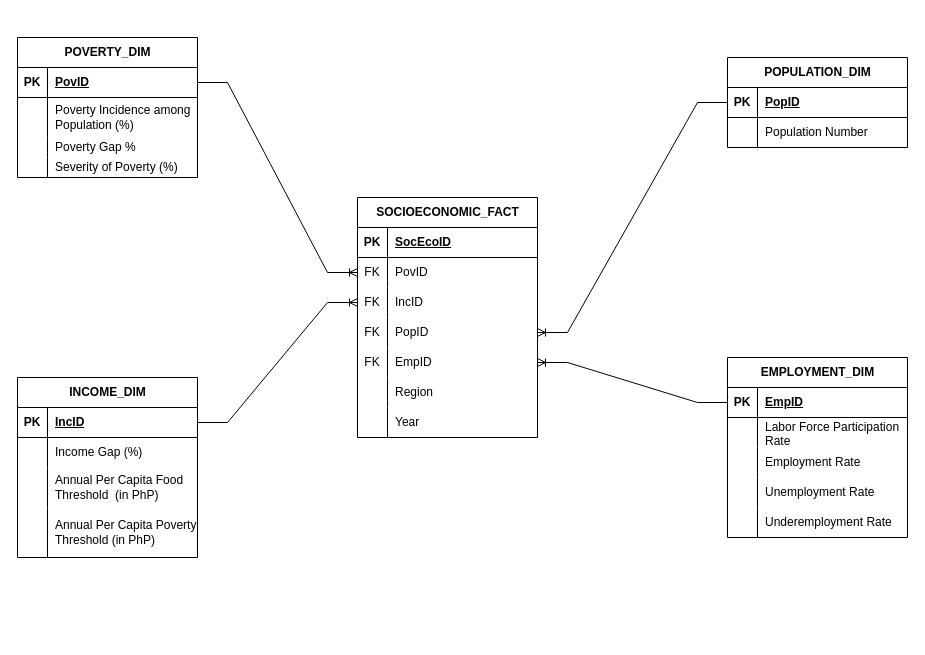
Above: page "DIM&FACT" (4 of 4) of DECapstone diagrams.drawio in vinsanity2022/SPARTACapstone (draw.io), before the change. Source tidied: cells renumbered, new cells numbered last; positions are measured from the earlier drawing's top-left corner, leaving out a move shared by most shapes. Both pictures are drawn from the tidied source at 100%, with x=0, y=0 at pixel (17, 37).
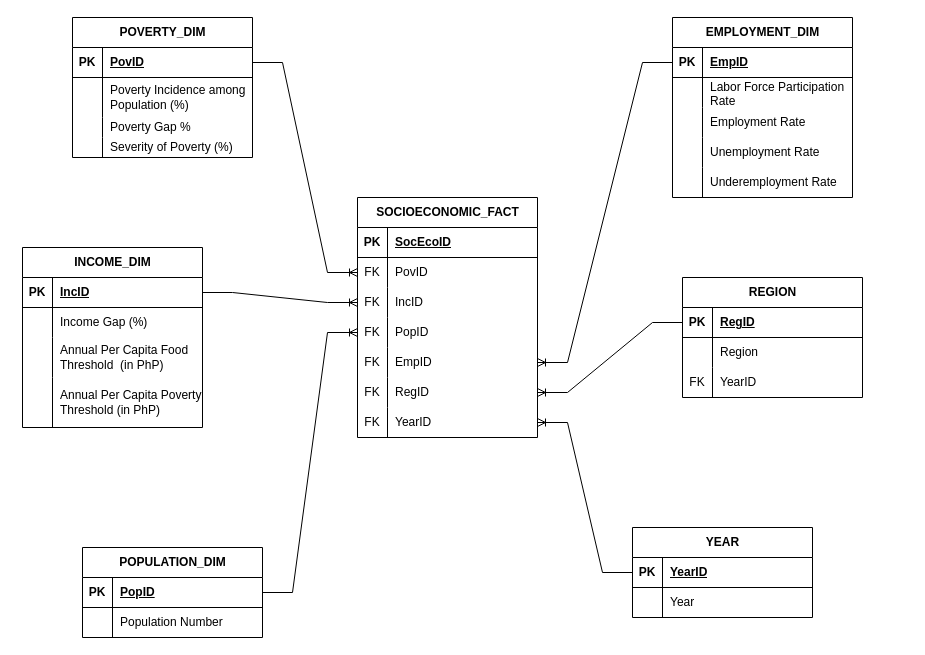
After the change.

The change refers to these unchanged cells:
```xml
<mxCell id="45" style="shape=tableRow;horizontal=0;startSize=0;swimlaneHead=0;swimlaneBody=0;fillColor=none;points=[[0,0.5],[1,0.5]];portConstraint=eastwest;top=0;left=0;right=0;bottom=1;" parent="44" vertex="1">
  <mxGeometry y="30" width="180" height="30" as="geometry" />
</mxCell>
<mxCell id="61" style="shape=tableRow;horizontal=0;startSize=0;swimlaneHead=0;swimlaneBody=0;fillColor=none;points=[[0,0.5],[1,0.5]];portConstraint=eastwest;top=0;left=0;right=0;bottom=0;" parent="51" vertex="1">
  <mxGeometry y="120" width="180" height="30" as="geometry" />
</mxCell>
<mxCell id="67" style="shape=tableRow;horizontal=0;startSize=0;swimlaneHead=0;swimlaneBody=0;fillColor=none;points=[[0,0.5],[1,0.5]];portConstraint=eastwest;top=0;left=0;right=0;bottom=0;" parent="51" vertex="1">
  <mxGeometry y="180" width="180" height="30" as="geometry" />
</mxCell>
<mxCell id="70" style="shape=tableRow;horizontal=0;startSize=0;swimlaneHead=0;swimlaneBody=0;fillColor=none;points=[[0,0.5],[1,0.5]];portConstraint=eastwest;top=0;left=0;right=0;bottom=0;" parent="51" vertex="1">
  <mxGeometry y="210" width="180" height="30" as="geometry" />
</mxCell>
```

What changed in the source:
```diff
@@
     <mxCell id="2" value="POVERTY_DIM" style="shape=table;startSize=30;childLayout=tableLayout;rowLines=0;fontStyle=1;align=center;html=1;" parent="1" vertex="1">
-      <mxGeometry width="180" height="140" as="geometry" />
+      <mxGeometry x="55" y="-20" width="180" height="140" as="geometry" />
     </mxCell>
@@
     <mxCell id="15" value="INCOME_DIM" style="shape=table;startSize=30;childLayout=tableLayout;rowLines=0;fontStyle=1;align=center;html=1;" parent="1" vertex="1">
-      <mxGeometry y="340" width="180" height="180" as="geometry" />
+      <mxGeometry x="5" y="210" width="180" height="180" as="geometry" />
     </mxCell>
@@
     <mxCell id="28" value="EMPLOYMENT_DIM" style="shape=table;startSize=30;childLayout=tableLayout;rowLines=0;fontStyle=1;align=center;html=1;" parent="1" vertex="1">
-      <mxGeometry x="710" y="320" width="180" height="180" as="geometry" />
+      <mxGeometry x="655" y="-20" width="180" height="180" as="geometry" />
     </mxCell>
@@
     <mxCell id="44" value="POPULATION_DIM" style="shape=table;startSize=30;childLayout=tableLayout;rowLines=0;fontStyle=1;align=center;html=1;" parent="1" vertex="1">
-      <mxGeometry x="710" y="20" width="180" height="90" as="geometry" />
+      <mxGeometry x="65" y="510" width="180" height="90" as="geometry" />
     </mxCell>
@@
-    <mxCell id="68" style="shape=partialRectangle;fillColor=none;top=0;left=0;bottom=0;right=0;overflow=hidden;whiteSpace=wrap;html=1;" parent="67" vertex="1">
+    <mxCell id="68" value="FK" style="shape=partialRectangle;fillColor=none;top=0;left=0;bottom=0;right=0;overflow=hidden;whiteSpace=wrap;html=1;" parent="67" vertex="1">
       <mxGeometry width="30" height="30" as="geometry" />
     </mxCell>
-    <mxCell id="69" value="Region" style="shape=partialRectangle;fillColor=none;top=0;left=0;bottom=0;right=0;align=left;spacingLeft=6;overflow=hidden;whiteSpace=wrap;html=1;" parent="67" vertex="1">
+    <mxCell id="69" value="RegID" style="shape=partialRectangle;fillColor=none;top=0;left=0;bottom=0;right=0;align=left;spacingLeft=6;overflow=hidden;whiteSpace=wrap;html=1;" parent="67" vertex="1">
       <mxGeometry x="30" width="150" height="30" as="geometry" />
     </mxCell>
@@
-    <mxCell id="71" style="shape=partialRectangle;fillColor=none;top=0;left=0;bottom=0;right=0;overflow=hidden;whiteSpace=wrap;html=1;" parent="70" vertex="1">
+    <mxCell id="71" value="FK" style="shape=partialRectangle;fillColor=none;top=0;left=0;bottom=0;right=0;overflow=hidden;whiteSpace=wrap;html=1;" parent="70" vertex="1">
       <mxGeometry width="30" height="30" as="geometry" />
     </mxCell>
-    <mxCell id="72" value="Year" style="shape=partialRectangle;fillColor=none;top=0;left=0;bottom=0;right=0;align=left;spacingLeft=6;overflow=hidden;whiteSpace=wrap;html=1;" parent="70" vertex="1">
+    <mxCell id="72" value="YearID" style="shape=partialRectangle;fillColor=none;top=0;left=0;bottom=0;right=0;align=left;spacingLeft=6;overflow=hidden;whiteSpace=wrap;html=1;" parent="70" vertex="1">
       <mxGeometry x="30" width="150" height="30" as="geometry" />
     </mxCell>
@@
-    <mxCell id="75" style="edgeStyle=entityRelationEdgeStyle;fontSize=12;html=1;endArrow=ERoneToMany;rounded=0;entryX=1;entryY=0.5;entryDx=0;entryDy=0;exitX=0;exitY=0.5;exitDx=0;exitDy=0;" parent="1" edge="1" source="45" target="61">
+    <mxCell id="75" style="edgeStyle=entityRelationEdgeStyle;fontSize=12;html=1;endArrow=ERoneToMany;rounded=0;entryX=0;entryY=0.5;entryDx=0;entryDy=0;exitX=1;exitY=0.5;exitDx=0;exitDy=0;" parent="1" edge="1" source="45" target="61">
       <mxGeometry relative="1" as="geometry" />
     </mxCell>
@@
+    <mxCell id="77" value="YEAR" style="shape=table;startSize=30;childLayout=tableLayout;rowLines=0;fontStyle=1;align=center;html=1;" parent="1" vertex="1">
+      <mxGeometry x="615" y="490" width="180" height="90" as="geometry" />
+    </mxCell>
+    <mxCell id="78" style="shape=tableRow;horizontal=0;startSize=0;swimlaneHead=0;swimlaneBody=0;fillColor=none;points=[[0,0.5],[1,0.5]];portConstraint=eastwest;top=0;left=0;right=0;bottom=1;" parent="77" vertex="1">
+      <mxGeometry y="30" width="180" height="30" as="geometry" />
+    </mxCell>
+    <mxCell id="79" value="PK" style="shape=partialRectangle;fillColor=none;top=0;left=0;bottom=0;right=0;fontStyle=1;overflow=hidden;whiteSpace=wrap;html=1;" parent="78" vertex="1">
+      <mxGeometry width="30" height="30" as="geometry" />
+    </mxCell>
+    <mxCell id="80" value="YearID" style="shape=partialRectangle;fillColor=none;top=0;left=0;bottom=0;right=0;align=left;spacingLeft=6;fontStyle=5;overflow=hidden;whiteSpace=wrap;html=1;" parent="78" vertex="1">
+      <mxGeometry x="30" width="150" height="30" as="geometry" />
+    </mxCell>
+    <mxCell id="81" style="shape=tableRow;horizontal=0;startSize=0;swimlaneHead=0;swimlaneBody=0;fillColor=none;top=0;left=0;right=0;bottom=0;" parent="77" vertex="1">
+      <mxGeometry y="60" width="180" height="30" as="geometry" />
+    </mxCell>
+    <mxCell id="82" style="shape=partialRectangle;fillColor=none;top=0;left=0;bottom=0;right=0;overflow=hidden;whiteSpace=wrap;html=1;" parent="81" vertex="1">
+      <mxGeometry width="30" height="30" as="geometry" />
+    </mxCell>
+    <mxCell id="83" value="Year" style="shape=partialRectangle;fillColor=none;top=0;left=0;bottom=0;right=0;align=left;spacingLeft=6;overflow=hidden;whiteSpace=wrap;html=1;" parent="81" vertex="1">
+      <mxGeometry x="30" width="150" height="30" as="geometry" />
+    </mxCell>
+    <mxCell id="84" value="REGION" style="shape=table;startSize=30;childLayout=tableLayout;rowLines=0;fontStyle=1;align=center;html=1;" parent="1" vertex="1">
+      <mxGeometry x="665" y="240" width="180" height="120" as="geometry" />
+    </mxCell>
+    <mxCell id="85" style="shape=tableRow;horizontal=0;startSize=0;swimlaneHead=0;swimlaneBody=0;fillColor=none;points=[[0,0.5],[1,0.5]];portConstraint=eastwest;top=0;left=0;right=0;bottom=1;" parent="84" vertex="1">
+      <mxGeometry y="30" width="180" height="30" as="geometry" />
+    </mxCell>
+    <mxCell id="86" value="PK" style="shape=partialRectangle;fillColor=none;top=0;left=0;bottom=0;right=0;fontStyle=1;overflow=hidden;whiteSpace=wrap;html=1;" parent="85" vertex="1">
+      <mxGeometry width="30" height="30" as="geometry" />
+    </mxCell>
+    <mxCell id="87" value="RegID" style="shape=partialRectangle;fillColor=none;top=0;left=0;bottom=0;right=0;align=left;spacingLeft=6;fontStyle=5;overflow=hidden;whiteSpace=wrap;html=1;" parent="85" vertex="1">
+      <mxGeometry x="30" width="150" height="30" as="geometry" />
+    </mxCell>
+    <mxCell id="88" style="shape=tableRow;horizontal=0;startSize=0;swimlaneHead=0;swimlaneBody=0;fillColor=none;top=0;left=0;right=0;bottom=0;" parent="84" vertex="1">
+      <mxGeometry y="60" width="180" height="30" as="geometry" />
+    </mxCell>
+    <mxCell id="89" style="shape=partialRectangle;fillColor=none;top=0;left=0;bottom=0;right=0;overflow=hidden;whiteSpace=wrap;html=1;" parent="88" vertex="1">
+      <mxGeometry width="30" height="30" as="geometry" />
+    </mxCell>
+    <mxCell id="90" value="Region" style="shape=partialRectangle;fillColor=none;top=0;left=0;bottom=0;right=0;align=left;spacingLeft=6;overflow=hidden;whiteSpace=wrap;html=1;" parent="88" vertex="1">
+      <mxGeometry x="30" width="150" height="30" as="geometry" />
+    </mxCell>
+    <mxCell id="91" style="shape=tableRow;horizontal=0;startSize=0;swimlaneHead=0;swimlaneBody=0;fillColor=none;top=0;left=0;right=0;bottom=0;" parent="84" vertex="1">
+      <mxGeometry y="90" width="180" height="30" as="geometry" />
+    </mxCell>
+    <mxCell id="92" value="FK" style="shape=partialRectangle;fillColor=none;top=0;left=0;bottom=0;right=0;overflow=hidden;whiteSpace=wrap;html=1;" parent="91" vertex="1">
+      <mxGeometry width="30" height="30" as="geometry" />
+    </mxCell>
+    <mxCell id="93" value="YearID" style="shape=partialRectangle;fillColor=none;top=0;left=0;bottom=0;right=0;align=left;spacingLeft=6;overflow=hidden;whiteSpace=wrap;html=1;" parent="91" vertex="1">
+      <mxGeometry x="30" width="150" height="30" as="geometry" />
+    </mxCell>
+    <mxCell id="94" style="edgeStyle=entityRelationEdgeStyle;fontSize=12;html=1;endArrow=ERoneToMany;rounded=0;entryX=1;entryY=0.5;entryDx=0;entryDy=0;exitX=0;exitY=0.5;exitDx=0;exitDy=0;" parent="1" edge="1" source="85" target="67">
+      <mxGeometry relative="1" as="geometry" />
+    </mxCell>
+    <mxCell id="95" style="edgeStyle=entityRelationEdgeStyle;fontSize=12;html=1;endArrow=ERoneToMany;rounded=0;entryX=1;entryY=0.5;entryDx=0;entryDy=0;exitX=0;exitY=0.5;exitDx=0;exitDy=0;" parent="1" edge="1" source="78" target="70">
+      <mxGeometry relative="1" as="geometry" />
+    </mxCell>
```
